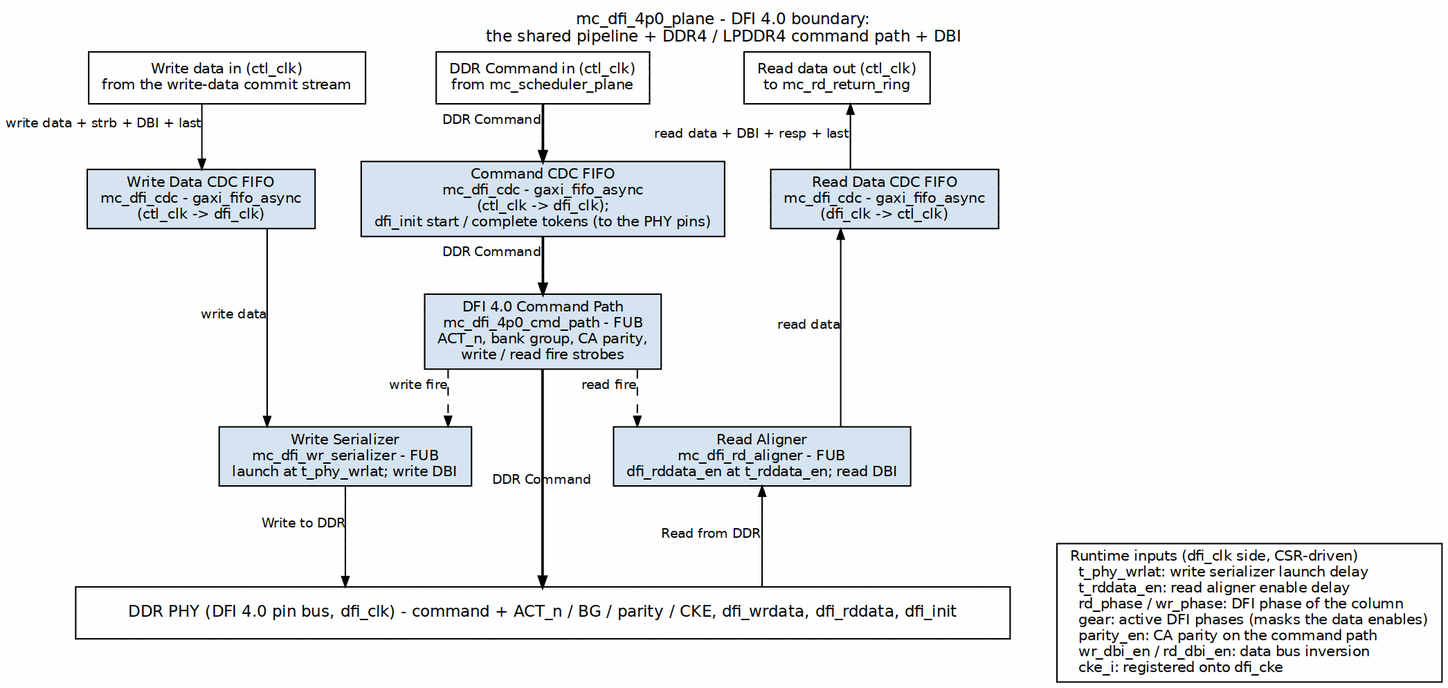
sean-galloway/RTLDesignSherpa keeps this Graphviz diagram as projects/components/mem-ctrl-ip/common-ip/docs/common_mas/assets/graphviz/08_mc_dfi_4p0_plane.png. Above is the earlier version. Its source is kept beside it as projects/components/mem-ctrl-ip/common-ip/docs/common_mas/assets/graphviz/08_mc_dfi_4p0_plane.dot.
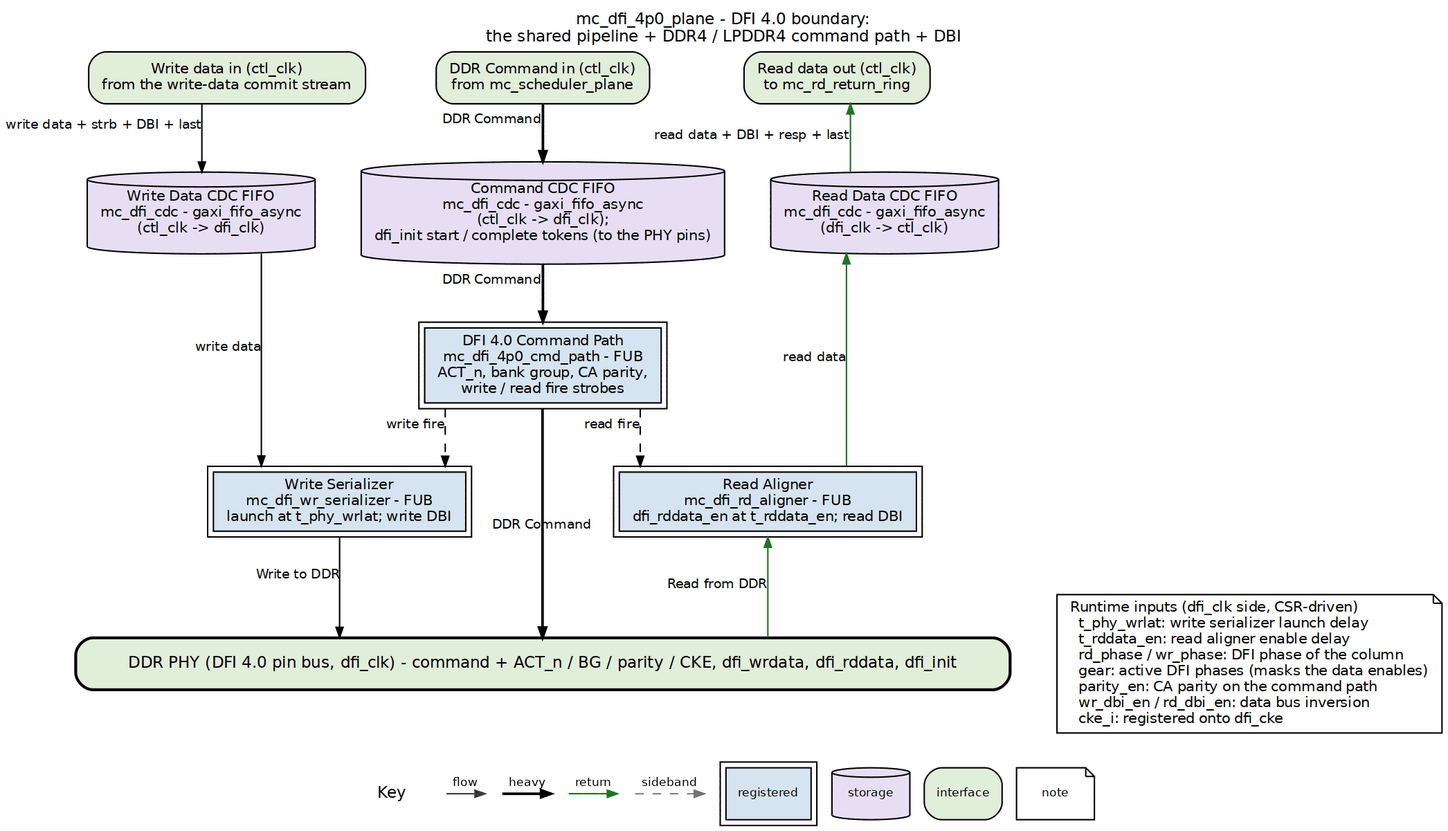
Above is the later version.

Change to the diagram source:
```diff
@@ -3,23 +3,23 @@
            nodesep="0.45", ranksep="0.55", splines=ortho,
            label="mc_dfi_4p0_plane - DFI 4.0 boundary:\nthe shared pipeline + DDR4 / LPDDR4 command path + DBI", labelloc=t, labeljust=c];
     node  [fontname="Helvetica", fontsize=10, shape=box, style=filled,
-           fillcolor="#D6E4F0", color="black", margin="0.12,0.06"];
+           fillcolor="white", color="black", margin="0.12,0.06"];
     edge  [fontname="Helvetica", fontsize=9, color="black", arrowsize=0.7];
 
-    p_wd  [label="Write data in (ctl_clk)\nfrom the write-data commit stream", fillcolor="white"];
-    p_cmd [label="DDR Command in (ctl_clk)\nfrom mc_scheduler_plane", fillcolor="white"];
-    p_rd  [label="Read data out (ctl_clk)\nto mc_rd_return_ring", fillcolor="white"];
+    p_wd  [label="Write data in (ctl_clk)\nfrom the write-data commit stream", fillcolor="white", style="rounded,filled", fillcolor="#E2EFDA"];
+    p_cmd [label="DDR Command in (ctl_clk)\nfrom mc_scheduler_plane", fillcolor="white", style="rounded,filled", fillcolor="#E2EFDA"];
+    p_rd  [label="Read data out (ctl_clk)\nto mc_rd_return_ring", fillcolor="white", style="rounded,filled", fillcolor="#E2EFDA"];
 
-    cdc_wd  [label="Write Data CDC FIFO\nmc_dfi_cdc - gaxi_fifo_async\n(ctl_clk -> dfi_clk)"];
-    cdc_cmd [label="Command CDC FIFO\nmc_dfi_cdc - gaxi_fifo_async\n(ctl_clk -> dfi_clk);\ndfi_init start / complete tokens (to the PHY pins)"];
-    cdc_rd  [label="Read Data CDC FIFO\nmc_dfi_cdc - gaxi_fifo_async\n(dfi_clk -> ctl_clk)"];
+    cdc_wd  [label="Write Data CDC FIFO\nmc_dfi_cdc - gaxi_fifo_async\n(ctl_clk -> dfi_clk)", shape=cylinder, style="filled", fillcolor="#E8DFF5"];
+    cdc_cmd [label="Command CDC FIFO\nmc_dfi_cdc - gaxi_fifo_async\n(ctl_clk -> dfi_clk);\ndfi_init start / complete tokens (to the PHY pins)", shape=cylinder, style="filled", fillcolor="#E8DFF5"];
+    cdc_rd  [label="Read Data CDC FIFO\nmc_dfi_cdc - gaxi_fifo_async\n(dfi_clk -> ctl_clk)", shape=cylinder, style="filled", fillcolor="#E8DFF5"];
 
-    cmd_path [label="DFI 4.0 Command Path\nmc_dfi_4p0_cmd_path - FUB\nACT_n, bank group, CA parity,\nwrite / read fire strobes"];
-    wr_ser   [label="Write Serializer\nmc_dfi_wr_serializer - FUB\nlaunch at t_phy_wrlat; write DBI"];
-    rd_al    [label="Read Aligner\nmc_dfi_rd_aligner - FUB\ndfi_rddata_en at t_rddata_en; read DBI"];
+    cmd_path [label="DFI 4.0 Command Path\nmc_dfi_4p0_cmd_path - FUB\nACT_n, bank group, CA parity,\nwrite / read fire strobes", peripheries=2, style="filled", fillcolor="#D6E4F0"];
+    wr_ser   [label="Write Serializer\nmc_dfi_wr_serializer - FUB\nlaunch at t_phy_wrlat; write DBI", peripheries=2, style="filled", fillcolor="#D6E4F0"];
+    rd_al    [label="Read Aligner\nmc_dfi_rd_aligner - FUB\ndfi_rddata_en at t_rddata_en; read DBI", peripheries=2, style="filled", fillcolor="#D6E4F0"];
 
-    bar    [label="DDR PHY (DFI 4.0 pin bus, dfi_clk) - command + ACT_n / BG / parity / CKE, dfi_wrdata, dfi_rddata, dfi_init", fillcolor="white", width=9, height=0.5, fontsize=11];
-    legend [label="Runtime inputs (dfi_clk side, CSR-driven)\l  t_phy_wrlat: write serializer launch delay\l  t_rddata_en: read aligner enable delay\l  rd_phase / wr_phase: DFI phase of the column\l  gear: active DFI phases (masks the data enables)\l  parity_en: CA parity on the command path\l  wr_dbi_en / rd_dbi_en: data bus inversion\l  cke_i: registered onto dfi_cke\l", fillcolor="white"];
+    bar    [label="DDR PHY (DFI 4.0 pin bus, dfi_clk) - command + ACT_n / BG / parity / CKE, dfi_wrdata, dfi_rddata, dfi_init", fillcolor="white", width=9, height=0.5, fontsize=11, style="rounded,filled,bold", fillcolor="#E2EFDA"];
+    legend [label="Runtime inputs (dfi_clk side, CSR-driven)\l  t_phy_wrlat: write serializer launch delay\l  t_rddata_en: read aligner enable delay\l  rd_phase / wr_phase: DFI phase of the column\l  gear: active DFI phases (masks the data enables)\l  parity_en: CA parity on the command path\l  wr_dbi_en / rd_dbi_en: data bus inversion\l  cke_i: registered onto dfi_cke\l", fillcolor="white", shape=note];
 
     p_wd   -> cdc_wd [xlabel="write data + strb + DBI + last"];
     cdc_wd -> wr_ser [xlabel="write data"];
@@ -31,9 +31,9 @@
     cmd_path -> wr_ser   [style=dashed, xlabel="write fire"];
     cmd_path -> rd_al    [style=dashed, xlabel="read fire"];
 
-    rd_al  -> bar    [dir=back, xlabel="Read from DDR"];
-    cdc_rd -> rd_al  [dir=back, xlabel="read data"];
-    p_rd   -> cdc_rd [dir=back, xlabel="read data + DBI + resp + last"];
+    rd_al  -> bar    [color="#1A7A1A", dir=back, xlabel="Read from DDR"];
+    cdc_rd -> rd_al  [color="#1A7A1A", dir=back, xlabel="read data"];
+    p_rd   -> cdc_rd [color="#1A7A1A", dir=back, xlabel="read data + DBI + resp + last"];
 
     { rank=same; p_wd; p_cmd; p_rd;  }
     { rank=same; cdc_wd; cdc_cmd; cdc_rd;  }
```
